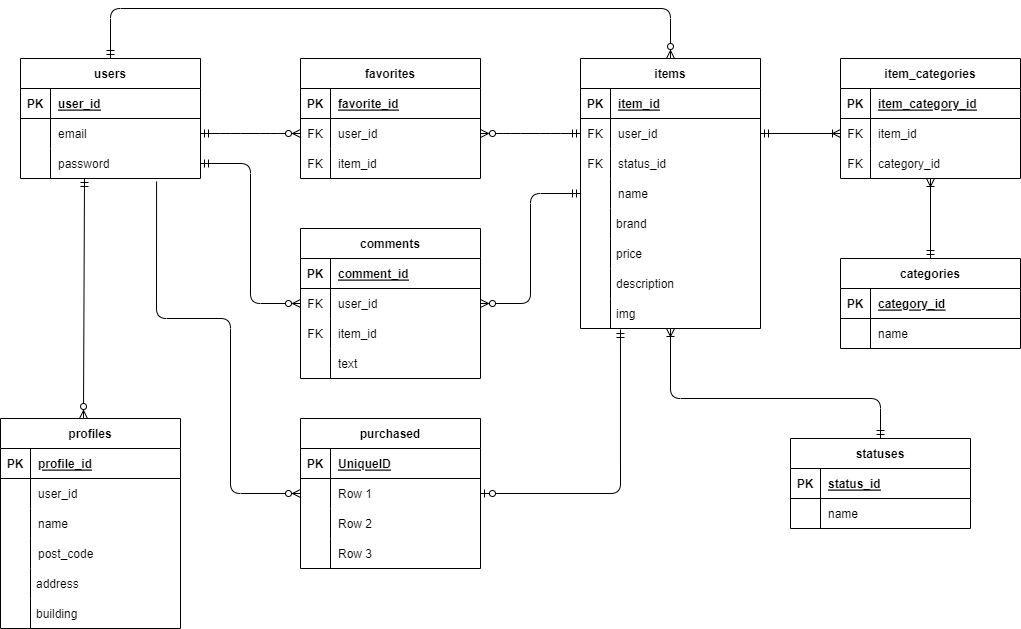
Above: market/market.drawio.png in nakagawa1573/images (draw.io), before the change. Source tidied: cells renumbered, new cells last; positions are measured from the earlier drawing's top-left corner, leaving out a move shared by most shapes.
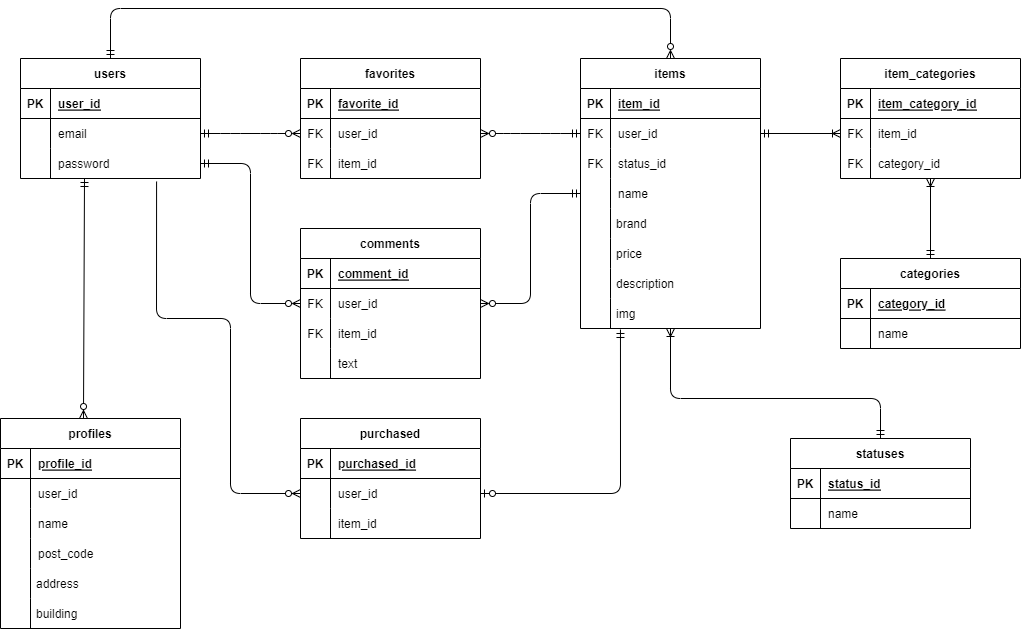
Later version of the same file.

What changed in the source:
```diff
@@ -351,7 +351,7 @@
       </mxGeometry>
     </mxCell>
     <mxCell id="110" value="purchased" style="shape=table;startSize=30;rowLines=0;fontStyle=1;align=center;" parent="1" vertex="1">
-      <mxGeometry x="300" y="410" width="180" height="150" as="geometry" />
+      <mxGeometry x="300" y="410" width="180" height="120" as="geometry" />
     </mxCell>
     <mxCell id="111" style="shape=tableRow;horizontal=0;startSize=0;swimlaneHead=0;swimlaneBody=0;fillColor=none;top=0;left=0;right=0;bottom=1;" parent="110" vertex="1">
       <mxGeometry y="30" width="180" height="30" as="geometry" />
@@ -359,7 +359,7 @@
     <mxCell id="112" value="PK" style="shape=partialRectangle;fillColor=none;top=0;left=0;bottom=0;right=0;fontStyle=1;overflow=hidden;" parent="111" vertex="1">
       <mxGeometry width="30" height="30" as="geometry" />
     </mxCell>
-    <mxCell id="113" value="UniqueID" style="shape=partialRectangle;fillColor=none;top=0;left=0;bottom=0;right=0;align=left;spacingLeft=6;fontStyle=5;overflow=hidden;" parent="111" vertex="1">
+    <mxCell id="113" value="purchased_id" style="shape=partialRectangle;fillColor=none;top=0;left=0;bottom=0;right=0;align=left;spacingLeft=6;fontStyle=5;overflow=hidden;" parent="111" vertex="1">
       <mxGeometry x="30" width="150" height="30" as="geometry" />
     </mxCell>
     <mxCell id="114" style="shape=tableRow;horizontal=0;startSize=0;swimlaneHead=0;swimlaneBody=0;fillColor=none;points=[[0,0.5],[1,0.5]];portConstraint=eastwest;top=0;left=0;right=0;bottom=0;" parent="110" vertex="1">
@@ -368,7 +368,7 @@
     <mxCell id="115" style="shape=partialRectangle;fillColor=none;top=0;left=0;bottom=0;right=0;overflow=hidden;" parent="114" vertex="1">
       <mxGeometry width="30" height="30" as="geometry" />
     </mxCell>
-    <mxCell id="116" value="Row 1" style="shape=partialRectangle;fillColor=none;top=0;left=0;bottom=0;right=0;align=left;spacingLeft=6;overflow=hidden;" parent="114" vertex="1">
+    <mxCell id="116" value="user_id" style="shape=partialRectangle;fillColor=none;top=0;left=0;bottom=0;right=0;align=left;spacingLeft=6;overflow=hidden;" parent="114" vertex="1">
       <mxGeometry x="30" width="150" height="30" as="geometry" />
     </mxCell>
     <mxCell id="117" style="shape=tableRow;horizontal=0;startSize=0;swimlaneHead=0;swimlaneBody=0;fillColor=none;top=0;left=0;right=0;bottom=0;" parent="110" vertex="1">
@@ -377,18 +377,9 @@
     <mxCell id="118" style="shape=partialRectangle;fillColor=none;top=0;left=0;bottom=0;right=0;overflow=hidden;" parent="117" vertex="1">
       <mxGeometry width="30" height="30" as="geometry" />
     </mxCell>
-    <mxCell id="119" value="Row 2" style="shape=partialRectangle;fillColor=none;top=0;left=0;bottom=0;right=0;align=left;spacingLeft=6;overflow=hidden;" parent="117" vertex="1">
+    <mxCell id="119" value="item_id" style="shape=partialRectangle;fillColor=none;top=0;left=0;bottom=0;right=0;align=left;spacingLeft=6;overflow=hidden;" parent="117" vertex="1">
       <mxGeometry x="30" width="150" height="30" as="geometry" />
     </mxCell>
-    <mxCell id="120" style="shape=tableRow;horizontal=0;startSize=0;swimlaneHead=0;swimlaneBody=0;fillColor=none;top=0;left=0;right=0;bottom=0;" parent="110" vertex="1">
-      <mxGeometry y="120" width="180" height="30" as="geometry" />
-    </mxCell>
-    <mxCell id="121" style="shape=partialRectangle;fillColor=none;top=0;left=0;bottom=0;right=0;overflow=hidden;" parent="120" vertex="1">
-      <mxGeometry width="30" height="30" as="geometry" />
-    </mxCell>
-    <mxCell id="122" value="Row 3" style="shape=partialRectangle;fillColor=none;top=0;left=0;bottom=0;right=0;align=left;spacingLeft=6;overflow=hidden;" parent="120" vertex="1">
-      <mxGeometry x="30" width="150" height="30" as="geometry" />
-    </mxCell>
     <mxCell id="123" style="fontSize=12;html=1;endArrow=ERzeroToOne;endFill=0;entryX=1;entryY=0.5;entryDx=0;entryDy=0;exitX=0.222;exitY=1.033;exitDx=0;exitDy=0;exitPerimeter=0;startArrow=ERmandOne;startFill=0;" parent="1" edge="1" source="34" target="114">
       <mxGeometry relative="1" as="geometry">
         <Array as="points">
```
